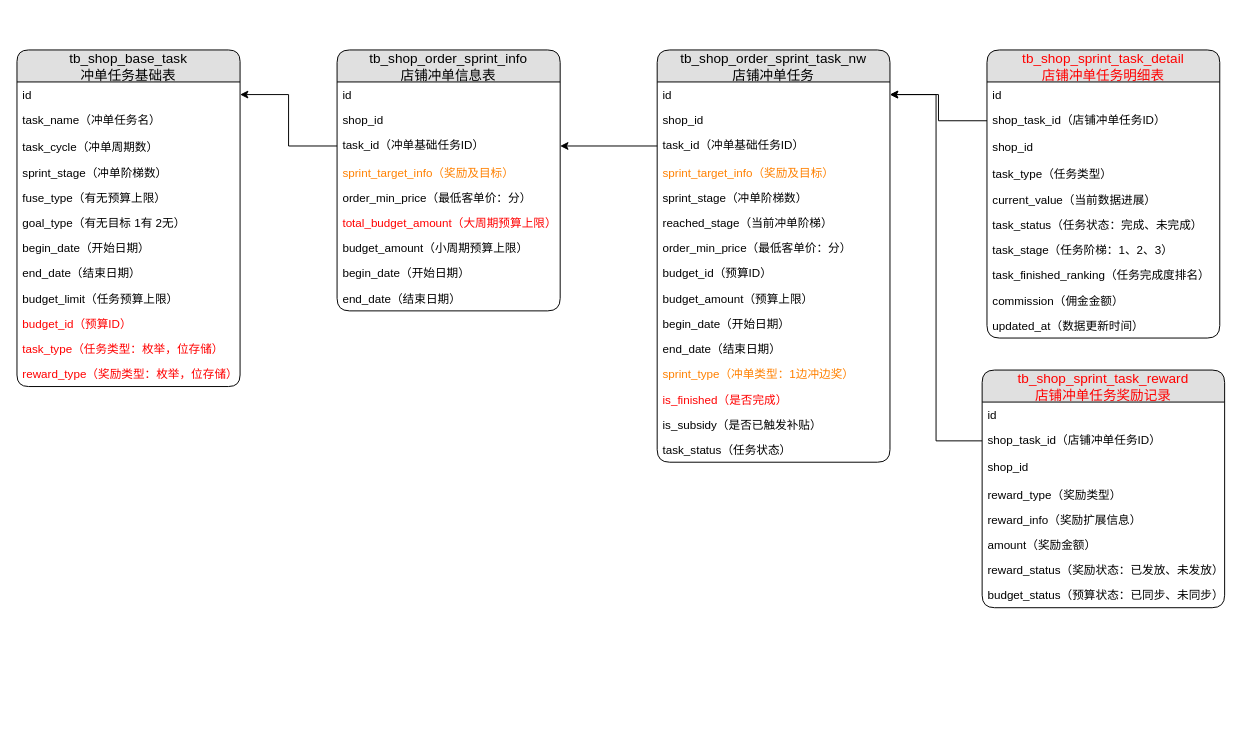
This is page "ER图" (6 of 6) of 疫情春保.drawio from jon-kong/draw.io, a draw.io file, before an edit. Source tidied: cells renumbered, new cells numbered last; positions are measured from the earlier drawing's top-left corner, leaving out a move shared by most shapes. Both pictures are drawn from the tidied source at 97%, with x=0, y=0 at pixel (16, 49).
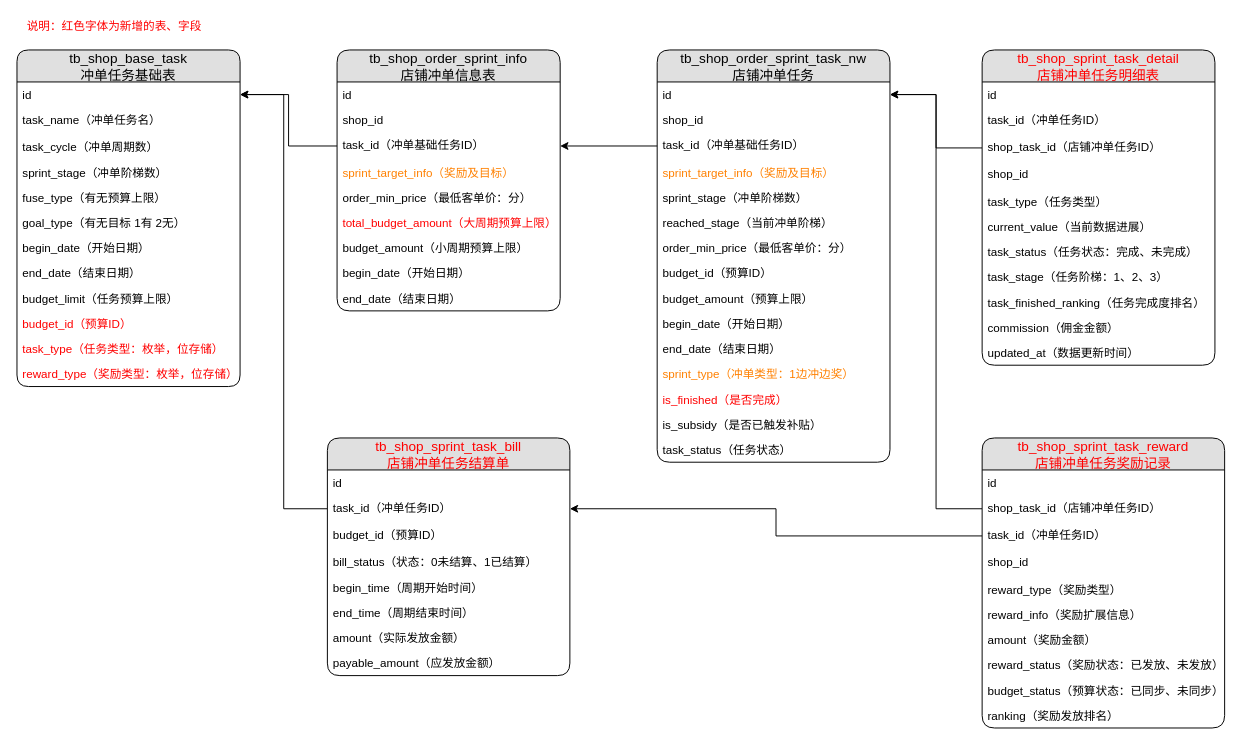
The same diagram, later.

Unchanged cells that the change refers to:
```xml
<mxCell id="3" value="id" style="text;strokeColor=none;fillColor=none;spacingLeft=4;spacingRight=4;overflow=hidden;points=[[0,0.5],[1,0.5]];portConstraint=eastwest;fontSize=12;" parent="2" vertex="1">
  <mxGeometry y="33" width="230" height="26" as="geometry" />
</mxCell>
<mxCell id="26" value="id" style="text;strokeColor=none;fillColor=none;spacingLeft=4;spacingRight=4;overflow=hidden;points=[[0,0.5],[1,0.5]];portConstraint=eastwest;fontSize=12;" parent="25" vertex="1">
  <mxGeometry y="33" width="240" height="26" as="geometry" />
</mxCell>
```

Change to the diagram source:
```diff
@@
+    <mxCell id="54" style="edgeStyle=orthogonalEdgeStyle;rounded=0;jettySize=auto;html=1;exitX=0;exitY=0.5;exitDx=0;exitDy=0;entryX=1;entryY=0.5;entryDx=0;entryDy=0;fontColor=#FF8000;" parent="1" edge="1" source="66" target="26">
+      <mxGeometry relative="1" as="geometry" />
+    </mxCell>
+    <mxCell id="64" style="edgeStyle=orthogonalEdgeStyle;rounded=0;jettySize=auto;html=1;exitX=0;exitY=0.5;exitDx=0;exitDy=0;entryX=1;entryY=0.5;entryDx=0;entryDy=0;fontColor=#FF0000;" parent="1" edge="1" source="76" target="26">
+      <mxGeometry relative="1" as="geometry" />
+    </mxCell>
+    <mxCell id="65" style="edgeStyle=orthogonalEdgeStyle;rounded=0;jettySize=auto;html=1;exitX=0;exitY=0.5;exitDx=0;exitDy=0;entryX=1;entryY=0.5;entryDx=0;entryDy=0;fontColor=#FF8000;" parent="1" edge="1" source="69" target="3">
+      <mxGeometry relative="1" as="geometry" />
+    </mxCell>
     <mxCell id="43" value="tb_shop_sprint_task_detail&#10;店铺冲单任务明细表" style="swimlane;fontStyle=0;horizontal=1;startSize=33;fillColor=#e0e0e0;swimlaneFillColor=#ffffff;align=center;fontSize=14;rounded=1;arcSize=13;fontColor=#FF0000;" parent="1" vertex="1">
-      <mxGeometry x="1000" width="240" height="297" as="geometry" />
+      <mxGeometry x="995" width="240" height="325" as="geometry" />
     </mxCell>
@@
-    <mxCell id="45" value="shop_task_id（店铺冲单任务ID）" style="text;strokeColor=none;fillColor=none;spacingLeft=4;spacingRight=4;overflow=hidden;points=[[0,0.5],[1,0.5]];portConstraint=eastwest;fontSize=12;" parent="43" vertex="1">
+    <mxCell id="45" value="task_id（冲单任务ID）" style="text;strokeColor=none;fillColor=none;spacingLeft=4;spacingRight=4;overflow=hidden;points=[[0,0.5],[1,0.5]];portConstraint=eastwest;fontSize=12;" parent="43" vertex="1">
       <mxGeometry y="59" width="240" height="28" as="geometry" />
     </mxCell>
+    <mxCell id="66" value="shop_task_id（店铺冲单任务ID）" style="text;strokeColor=none;fillColor=none;spacingLeft=4;spacingRight=4;overflow=hidden;points=[[0,0.5],[1,0.5]];portConstraint=eastwest;fontSize=12;" parent="43" vertex="1">
+      <mxGeometry y="87" width="240" height="28" as="geometry" />
+    </mxCell>
     <mxCell id="46" value="shop_id" style="text;strokeColor=none;fillColor=none;spacingLeft=4;spacingRight=4;overflow=hidden;fontSize=12;" parent="43" vertex="1">
-      <mxGeometry y="87" width="240" height="28" as="geometry" />
+      <mxGeometry y="115" width="240" height="28" as="geometry" />
     </mxCell>
     <mxCell id="47" value="task_type（任务类型）" style="text;strokeColor=none;fillColor=none;spacingLeft=4;spacingRight=4;overflow=hidden;fontSize=12;" parent="43" vertex="1">
-      <mxGeometry y="115" width="240" height="26" as="geometry" />
+      <mxGeometry y="143" width="240" height="26" as="geometry" />
     </mxCell>
     <mxCell id="48" value="current_value（当前数据进展）" style="text;strokeColor=none;fillColor=none;spacingLeft=4;spacingRight=4;overflow=hidden;fontSize=12;" parent="43" vertex="1">
-      <mxGeometry y="141" width="240" height="26" as="geometry" />
+      <mxGeometry y="169" width="240" height="26" as="geometry" />
     </mxCell>
     <mxCell id="49" value="task_status（任务状态：完成、未完成）" style="text;strokeColor=none;fillColor=none;spacingLeft=4;spacingRight=4;overflow=hidden;fontSize=12;" parent="43" vertex="1">
-      <mxGeometry y="167" width="240" height="26" as="geometry" />
+      <mxGeometry y="195" width="240" height="26" as="geometry" />
     </mxCell>
     <mxCell id="50" value="task_stage（任务阶梯：1、2、3）" style="text;strokeColor=none;fillColor=none;spacingLeft=4;spacingRight=4;overflow=hidden;fontSize=12;" parent="43" vertex="1">
-      <mxGeometry y="193" width="240" height="26" as="geometry" />
+      <mxGeometry y="221" width="240" height="26" as="geometry" />
     </mxCell>
     <mxCell id="51" value="task_finished_ranking（任务完成度排名）" style="text;strokeColor=none;fillColor=none;spacingLeft=4;spacingRight=4;overflow=hidden;fontSize=12;" parent="43" vertex="1">
-      <mxGeometry y="219" width="240" height="26" as="geometry" />
+      <mxGeometry y="247" width="240" height="26" as="geometry" />
     </mxCell>
     <mxCell id="52" value="commission（佣金金额）" style="text;strokeColor=none;fillColor=none;spacingLeft=4;spacingRight=4;overflow=hidden;fontSize=12;" parent="43" vertex="1">
-      <mxGeometry y="245" width="240" height="26" as="geometry" />
+      <mxGeometry y="273" width="240" height="26" as="geometry" />
     </mxCell>
     <mxCell id="53" value="updated_at（数据更新时间）" style="text;strokeColor=none;fillColor=none;spacingLeft=4;spacingRight=4;overflow=hidden;fontSize=12;" parent="43" vertex="1">
-      <mxGeometry y="271" width="240" height="26" as="geometry" />
+      <mxGeometry y="299" width="240" height="26" as="geometry" />
     </mxCell>
-    <mxCell id="54" style="edgeStyle=orthogonalEdgeStyle;rounded=0;jettySize=auto;html=1;exitX=0;exitY=0.5;exitDx=0;exitDy=0;entryX=1;entryY=0.5;entryDx=0;entryDy=0;fontColor=#FF8000;" parent="1" edge="1" source="45" target="26">
-      <mxGeometry relative="1" as="geometry" />
-    </mxCell>
+    <mxCell id="67" value="tb_shop_sprint_task_bill&#10;店铺冲单任务结算单" style="swimlane;fontStyle=0;horizontal=1;startSize=33;fillColor=#e0e0e0;swimlaneFillColor=#ffffff;align=center;fontSize=14;rounded=1;arcSize=13;fontColor=#FF0000;" parent="1" vertex="1">
+      <mxGeometry x="320" y="400" width="250" height="245" as="geometry" />
+    </mxCell>
+    <mxCell id="68" value="id" style="text;strokeColor=none;fillColor=none;spacingLeft=4;spacingRight=4;overflow=hidden;fontSize=12;" parent="67" vertex="1">
+      <mxGeometry y="33" width="250" height="26" as="geometry" />
+    </mxCell>
+    <mxCell id="69" value="task_id（冲单任务ID）" style="text;strokeColor=none;fillColor=none;spacingLeft=4;spacingRight=4;overflow=hidden;points=[[0,0.5],[1,0.5]];portConstraint=eastwest;fontSize=12;" parent="67" vertex="1">
+      <mxGeometry y="59" width="250" height="28" as="geometry" />
+    </mxCell>
+    <mxCell id="70" value="budget_id（预算ID）" style="text;strokeColor=none;fillColor=none;spacingLeft=4;spacingRight=4;overflow=hidden;fontSize=12;" parent="67" vertex="1">
+      <mxGeometry y="87" width="250" height="28" as="geometry" />
+    </mxCell>
+    <mxCell id="71" value="bill_status（状态：0未结算、1已结算）" style="text;strokeColor=none;fillColor=none;spacingLeft=4;spacingRight=4;overflow=hidden;fontSize=12;" parent="67" vertex="1">
+      <mxGeometry y="115" width="250" height="26" as="geometry" />
+    </mxCell>
+    <mxCell id="72" value="begin_time（周期开始时间）" style="text;strokeColor=none;fillColor=none;spacingLeft=4;spacingRight=4;overflow=hidden;fontSize=12;" parent="67" vertex="1">
+      <mxGeometry y="141" width="250" height="26" as="geometry" />
+    </mxCell>
+    <mxCell id="73" value="end_time（周期结束时间）" style="text;strokeColor=none;fillColor=none;spacingLeft=4;spacingRight=4;overflow=hidden;fontSize=12;" parent="67" vertex="1">
+      <mxGeometry y="167" width="250" height="26" as="geometry" />
+    </mxCell>
+    <mxCell id="74" value="amount（实际发放金额）" style="text;strokeColor=none;fillColor=none;spacingLeft=4;spacingRight=4;overflow=hidden;fontSize=12;" parent="67" vertex="1">
+      <mxGeometry y="193" width="250" height="26" as="geometry" />
+    </mxCell>
+    <mxCell id="75" value="payable_amount（应发放金额）" style="text;strokeColor=none;fillColor=none;spacingLeft=4;spacingRight=4;overflow=hidden;fontSize=12;" parent="67" vertex="1">
+      <mxGeometry y="219" width="250" height="26" as="geometry" />
+    </mxCell>
     <mxCell id="55" value="tb_shop_sprint_task_reward&#10;店铺冲单任务奖励记录" style="swimlane;fontStyle=0;horizontal=1;startSize=33;fillColor=#e0e0e0;swimlaneFillColor=#ffffff;align=center;fontSize=14;rounded=1;arcSize=13;fontColor=#FF0000;" parent="1" vertex="1">
-      <mxGeometry x="995" y="330" width="250" height="245" as="geometry" />
+      <mxGeometry x="995" y="400" width="250" height="299" as="geometry" />
     </mxCell>
@@
+    <mxCell id="76" value="shop_task_id（店铺冲单任务ID）" style="text;strokeColor=none;fillColor=none;spacingLeft=4;spacingRight=4;overflow=hidden;points=[[0,0.5],[1,0.5]];portConstraint=eastwest;fontSize=12;" parent="55" vertex="1">
+      <mxGeometry y="59" width="250" height="28" as="geometry" />
+    </mxCell>
-    <mxCell id="57" value="shop_task_id（店铺冲单任务ID）" style="text;strokeColor=none;fillColor=none;spacingLeft=4;spacingRight=4;overflow=hidden;points=[[0,0.5],[1,0.5]];portConstraint=eastwest;fontSize=12;" parent="55" vertex="1">
-      <mxGeometry y="59" width="250" height="28" as="geometry" />
+    <mxCell id="57" value="task_id（冲单任务ID）" style="text;strokeColor=none;fillColor=none;spacingLeft=4;spacingRight=4;overflow=hidden;points=[[0,0.5],[1,0.5]];portConstraint=eastwest;fontSize=12;" parent="55" vertex="1">
+      <mxGeometry y="87" width="250" height="28" as="geometry" />
     </mxCell>
     <mxCell id="58" value="shop_id" style="text;strokeColor=none;fillColor=none;spacingLeft=4;spacingRight=4;overflow=hidden;fontSize=12;" parent="55" vertex="1">
-      <mxGeometry y="87" width="250" height="28" as="geometry" />
+      <mxGeometry y="115" width="250" height="28" as="geometry" />
     </mxCell>
     <mxCell id="59" value="reward_type（奖励类型）" style="text;strokeColor=none;fillColor=none;spacingLeft=4;spacingRight=4;overflow=hidden;fontSize=12;" parent="55" vertex="1">
-      <mxGeometry y="115" width="250" height="26" as="geometry" />
+      <mxGeometry y="143" width="250" height="26" as="geometry" />
     </mxCell>
     <mxCell id="60" value="reward_info（奖励扩展信息）" style="text;strokeColor=none;fillColor=none;spacingLeft=4;spacingRight=4;overflow=hidden;fontSize=12;" parent="55" vertex="1">
-      <mxGeometry y="141" width="250" height="26" as="geometry" />
+      <mxGeometry y="169" width="250" height="26" as="geometry" />
     </mxCell>
     <mxCell id="61" value="amount（奖励金额）" style="text;strokeColor=none;fillColor=none;spacingLeft=4;spacingRight=4;overflow=hidden;fontSize=12;" parent="55" vertex="1">
-      <mxGeometry y="167" width="250" height="26" as="geometry" />
+      <mxGeometry y="195" width="250" height="26" as="geometry" />
     </mxCell>
     <mxCell id="62" value="reward_status（奖励状态：已发放、未发放）" style="text;strokeColor=none;fillColor=none;spacingLeft=4;spacingRight=4;overflow=hidden;fontSize=12;" parent="55" vertex="1">
-      <mxGeometry y="193" width="250" height="26" as="geometry" />
+      <mxGeometry y="221" width="250" height="26" as="geometry" />
     </mxCell>
     <mxCell id="63" value="budget_status（预算状态：已同步、未同步）" style="text;strokeColor=none;fillColor=none;spacingLeft=4;spacingRight=4;overflow=hidden;fontSize=12;" parent="55" vertex="1">
-      <mxGeometry y="219" width="250" height="26" as="geometry" />
+      <mxGeometry y="247" width="250" height="26" as="geometry" />
     </mxCell>
-    <mxCell id="64" style="edgeStyle=orthogonalEdgeStyle;rounded=0;jettySize=auto;html=1;exitX=0;exitY=0.5;exitDx=0;exitDy=0;entryX=1;entryY=0.5;entryDx=0;entryDy=0;fontColor=#FF0000;" parent="1" edge="1" source="57" target="26">
-      <mxGeometry relative="1" as="geometry" />
-    </mxCell>
+    <mxCell id="77" value="ranking（奖励发放排名）" style="text;strokeColor=none;fillColor=none;spacingLeft=4;spacingRight=4;overflow=hidden;fontSize=12;" parent="55" vertex="1">
+      <mxGeometry y="273" width="250" height="26" as="geometry" />
+    </mxCell>
+    <mxCell id="78" style="edgeStyle=orthogonalEdgeStyle;rounded=0;jettySize=auto;html=1;exitX=0;exitY=0.5;exitDx=0;exitDy=0;entryX=1;entryY=0.5;entryDx=0;entryDy=0;" parent="1" edge="1" source="57" target="69">
+      <mxGeometry relative="1" as="geometry" />
+    </mxCell>
+    <mxCell id="79" value="&lt;font color=&quot;#ff0000&quot;&gt;说明：红色字体为新增的表、字段&lt;/font&gt;" style="text;html=1;align=center;verticalAlign=middle;" parent="1" vertex="1">
+      <mxGeometry y="-34" width="200" height="20" as="geometry" />
+    </mxCell>
```
